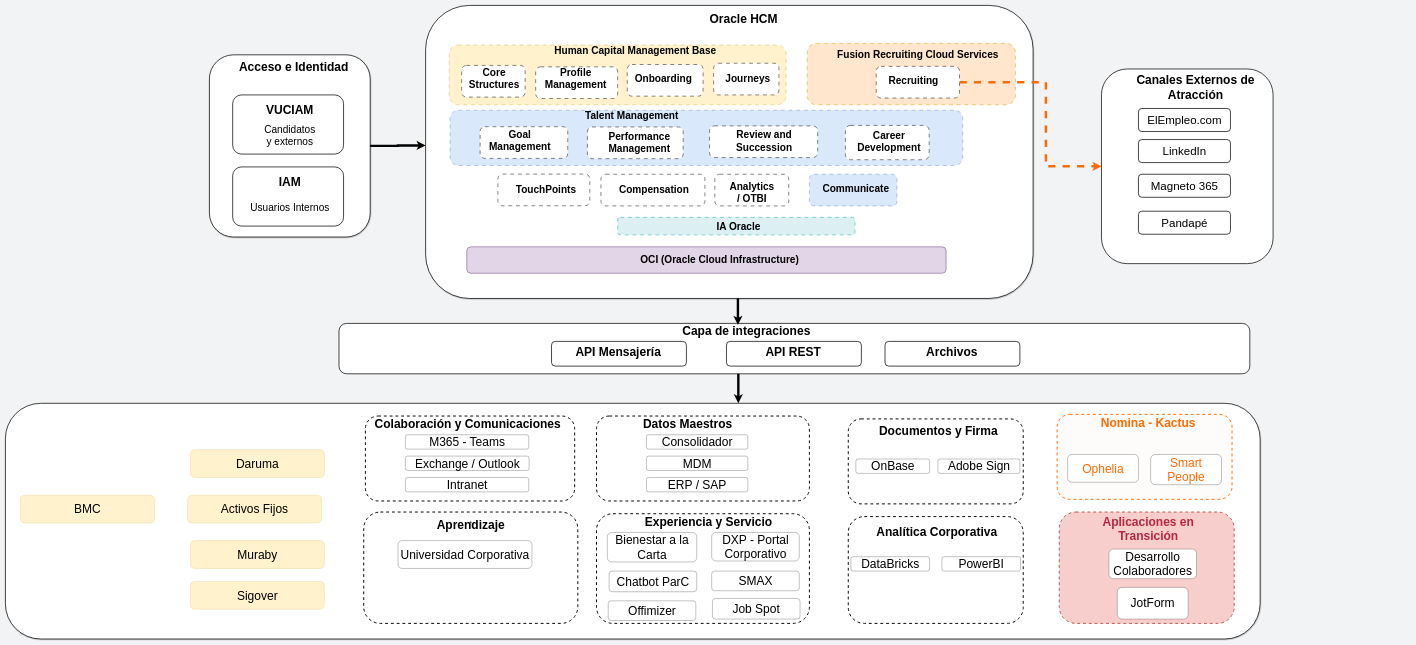
Above: page "Page-2" (2 of 2) of HCM.drawio in carlosvalderrama1204/diagrams (draw.io), before the change. Source tidied: cells renumbered, new cells numbered last; positions are measured from the earlier drawing's top-left corner, leaving out a move shared by most shapes. Both pictures are drawn from the tidied source at 24%, with x=0, y=0 at pixel (5, 5).
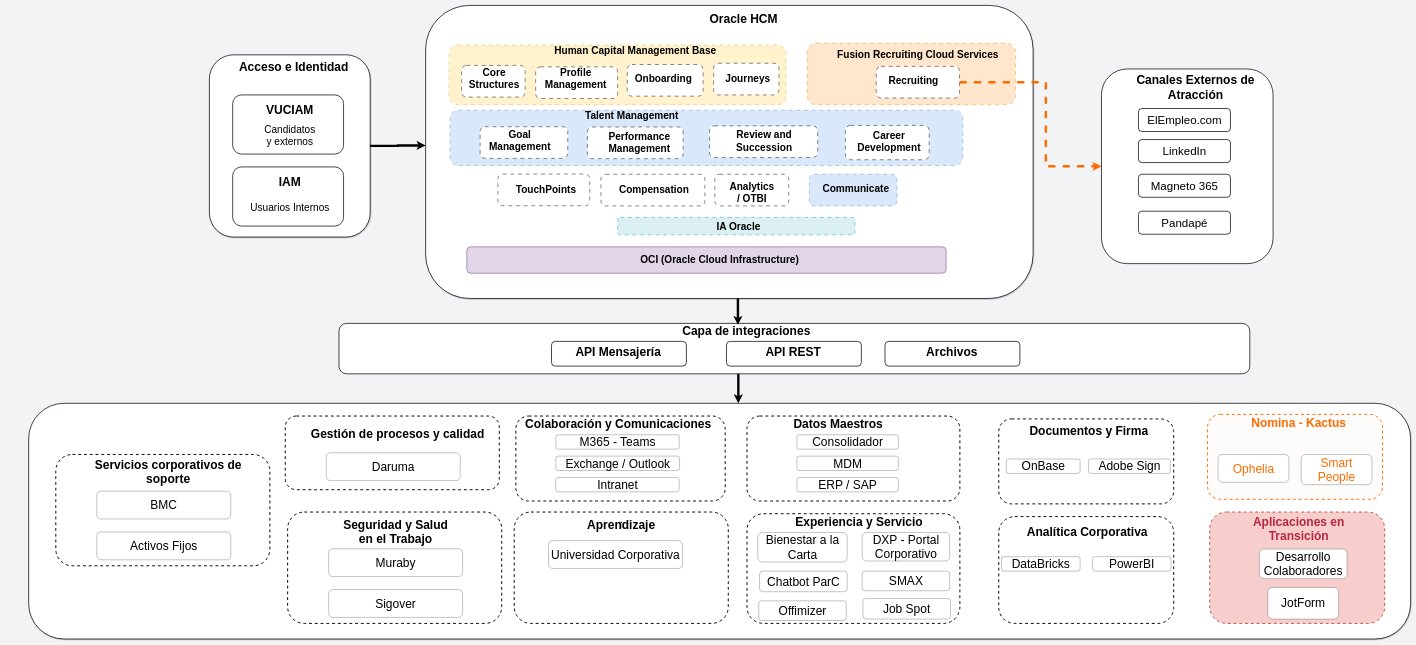
Above is the later version.

The edit, as a diff of the source:
```diff
@@
     <mxCell id="54" style="rounded=1;whiteSpace=wrap;html=1;fontSize=50;strokeWidth=3;shadow=1;" parent="1" vertex="1">
-      <mxGeometry y="1658" width="5228" height="982" as="geometry" />
+      <mxGeometry x="97" y="1658" width="5758" height="982" as="geometry" />
     </mxCell>
     <mxCell id="55" style="rounded=1;whiteSpace=wrap;html=1;fontSize=50;dashed=1;strokeWidth=4;" parent="1" vertex="1">
-      <mxGeometry x="1500" y="1711" width="872" height="354" as="geometry" />
+      <mxGeometry x="2127" y="1711" width="872" height="354" as="geometry" />
     </mxCell>
     <mxCell id="56" value="Colaboración y Comunicaciones" style="text;html=1;whiteSpace=wrap;strokeColor=none;fillColor=none;align=center;verticalAlign=middle;rounded=0;fontSize=50;fontStyle=1;" parent="1" vertex="1">
-      <mxGeometry x="1390" y="1730" width="1073" height="30" as="geometry" />
+      <mxGeometry x="2017" y="1730" width="1073" height="30" as="geometry" />
     </mxCell>
     <mxCell id="57" value="M365 - Teams" style="rounded=1;whiteSpace=wrap;html=1;fontSize=50;" parent="1" vertex="1">
-      <mxGeometry x="1666.5" y="1789" width="514" height="60" as="geometry" />
+      <mxGeometry x="2293.5" y="1789" width="514" height="60" as="geometry" />
     </mxCell>
     <mxCell id="58" value="Exchange / Outlook" style="rounded=1;whiteSpace=wrap;html=1;fontSize=50;" parent="1" vertex="1">
-      <mxGeometry x="1666.5" y="1878" width="515.5" height="60" as="geometry" />
+      <mxGeometry x="2293.5" y="1878" width="515.5" height="60" as="geometry" />
     </mxCell>
     <mxCell id="59" value="Intranet" style="rounded=1;whiteSpace=wrap;html=1;fontSize=50;" parent="1" vertex="1">
-      <mxGeometry x="1666.5" y="1967" width="514" height="60" as="geometry" />
+      <mxGeometry x="2293.5" y="1967" width="514" height="60" as="geometry" />
     </mxCell>
     <mxCell id="60" style="rounded=1;whiteSpace=wrap;html=1;fontSize=50;dashed=1;strokeWidth=4;" parent="1" vertex="1">
-      <mxGeometry x="1493" y="2111" width="892" height="464" as="geometry" />
+      <mxGeometry x="2120" y="2111" width="892" height="464" as="geometry" />
     </mxCell>
     <mxCell id="61" value="Aprendizaje" style="text;html=1;whiteSpace=wrap;strokeColor=none;fillColor=none;align=center;verticalAlign=middle;rounded=0;fontSize=50;fontStyle=1;" parent="1" vertex="1">
-      <mxGeometry x="1699" y="2149" width="480" height="30" as="geometry" />
+      <mxGeometry x="2326" y="2149" width="480" height="30" as="geometry" />
     </mxCell>
     <mxCell id="62" value="Universidad Corporativa" style="rounded=1;whiteSpace=wrap;html=1;fontSize=50;" parent="1" vertex="1">
-      <mxGeometry x="1636" y="2230" width="558" height="116" as="geometry" />
+      <mxGeometry x="2263" y="2230" width="558" height="116" as="geometry" />
     </mxCell>
     <mxCell id="63" style="rounded=1;whiteSpace=wrap;html=1;fontSize=50;dashed=1;strokeWidth=4;" parent="1" vertex="1">
-      <mxGeometry x="2463" y="1711" width="887" height="354" as="geometry" />
+      <mxGeometry x="3090" y="1711" width="887" height="354" as="geometry" />
     </mxCell>
     <mxCell id="64" value="Datos Maestros" style="text;html=1;whiteSpace=wrap;strokeColor=none;fillColor=none;align=center;verticalAlign=middle;rounded=0;fontSize=50;fontStyle=1;" parent="1" vertex="1">
-      <mxGeometry x="2603" y="1730" width="480" height="30" as="geometry" />
+      <mxGeometry x="3230" y="1730" width="480" height="30" as="geometry" />
     </mxCell>
     <mxCell id="65" value="Consolidador" style="rounded=1;whiteSpace=wrap;html=1;fontSize=50;" parent="1" vertex="1">
-      <mxGeometry x="2671" y="1789" width="422.5" height="60" as="geometry" />
+      <mxGeometry x="3298" y="1789" width="422.5" height="60" as="geometry" />
     </mxCell>
     <mxCell id="66" value="MDM" style="rounded=1;whiteSpace=wrap;html=1;fontSize=50;" parent="1" vertex="1">
-      <mxGeometry x="2671" y="1878" width="422.5" height="60" as="geometry" />
+      <mxGeometry x="3298" y="1878" width="422.5" height="60" as="geometry" />
     </mxCell>
     <mxCell id="67" value="ERP / SAP" style="rounded=1;whiteSpace=wrap;html=1;fontSize=50;" parent="1" vertex="1">
-      <mxGeometry x="2671" y="1967" width="422.5" height="60" as="geometry" />
+      <mxGeometry x="3298" y="1967" width="422.5" height="60" as="geometry" />
     </mxCell>
     <mxCell id="68" style="rounded=1;whiteSpace=wrap;html=1;fontSize=50;dashed=1;strokeWidth=4;" parent="1" vertex="1">
-      <mxGeometry x="2463" y="2118" width="887" height="457" as="geometry" />
+      <mxGeometry x="3090" y="2118" width="887" height="457" as="geometry" />
     </mxCell>
     <mxCell id="69" value="Experiencia y Servicio" style="text;html=1;whiteSpace=wrap;strokeColor=none;fillColor=none;align=center;verticalAlign=middle;rounded=0;fontSize=50;fontStyle=1;" parent="1" vertex="1">
-      <mxGeometry x="2603" y="2137" width="654" height="30" as="geometry" />
+      <mxGeometry x="3230" y="2137" width="654" height="30" as="geometry" />
     </mxCell>
     <mxCell id="70" value="Bienestar a la Carta" style="rounded=1;whiteSpace=wrap;html=1;fontSize=50;" parent="1" vertex="1">
-      <mxGeometry x="2508" y="2196" width="372.5" height="123" as="geometry" />
+      <mxGeometry x="3135" y="2196" width="372.5" height="123" as="geometry" />
     </mxCell>
     <mxCell id="71" value="DXP - Portal Corporativo" style="rounded=1;whiteSpace=wrap;html=1;fontSize=50;" parent="1" vertex="1">
-      <mxGeometry x="2942.8" y="2196" width="365" height="119" as="geometry" />
+      <mxGeometry x="3569.8" y="2196" width="365" height="119" as="geometry" />
     </mxCell>
     <mxCell id="72" value="Chatbot ParC" style="rounded=1;whiteSpace=wrap;html=1;fontSize=50;" parent="1" vertex="1">
-      <mxGeometry x="2515.5" y="2357" width="365" height="86" as="geometry" />
+      <mxGeometry x="3142.5" y="2357" width="365" height="86" as="geometry" />
     </mxCell>
     <mxCell id="73" value="SMAX" style="rounded=1;whiteSpace=wrap;html=1;fontSize=50;" parent="1" vertex="1">
-      <mxGeometry x="2942.8" y="2357" width="365" height="82" as="geometry" />
+      <mxGeometry x="3569.8" y="2357" width="365" height="82" as="geometry" />
     </mxCell>
     <mxCell id="74" style="rounded=1;whiteSpace=wrap;html=1;fontSize=50;dashed=1;strokeWidth=4;" parent="1" vertex="1">
-      <mxGeometry x="3512" y="1723" width="729" height="354" as="geometry" />
+      <mxGeometry x="4139" y="1723" width="729" height="354" as="geometry" />
     </mxCell>
     <mxCell id="75" value="Documentos y Firma" style="text;html=1;whiteSpace=wrap;strokeColor=none;fillColor=none;align=center;verticalAlign=middle;rounded=0;fontSize=50;fontStyle=1;" parent="1" vertex="1">
-      <mxGeometry x="3523" y="1758" width="729" height="30" as="geometry" />
+      <mxGeometry x="4150" y="1758" width="729" height="30" as="geometry" />
     </mxCell>
     <mxCell id="76" value="OnBase" style="rounded=1;whiteSpace=wrap;html=1;fontSize=50;" parent="1" vertex="1">
-      <mxGeometry x="3543.5" y="1890" width="307.5" height="60" as="geometry" />
+      <mxGeometry x="4170.5" y="1890" width="307.5" height="60" as="geometry" />
     </mxCell>
     <mxCell id="77" value="Adobe Sign" style="rounded=1;whiteSpace=wrap;html=1;fontSize=50;" parent="1" vertex="1">
-      <mxGeometry x="3885.5" y="1890" width="341.5" height="60" as="geometry" />
+      <mxGeometry x="4512.5" y="1890" width="341.5" height="60" as="geometry" />
     </mxCell>
     <mxCell id="78" style="rounded=1;whiteSpace=wrap;html=1;fontSize=50;dashed=1;strokeWidth=4;" parent="1" vertex="1">
-      <mxGeometry x="3512" y="2130" width="729" height="445" as="geometry" />
+      <mxGeometry x="4139" y="2130" width="729" height="445" as="geometry" />
     </mxCell>
     <mxCell id="79" value="Analítica Corporativa" style="text;html=1;whiteSpace=wrap;strokeColor=none;fillColor=none;align=center;verticalAlign=middle;rounded=0;fontSize=50;fontStyle=1;" parent="1" vertex="1">
-      <mxGeometry x="3530" y="2179" width="702" height="30" as="geometry" />
+      <mxGeometry x="4157" y="2179" width="702" height="30" as="geometry" />
     </mxCell>
     <mxCell id="80" value="DataBricks" style="rounded=1;whiteSpace=wrap;html=1;fontSize=50;" parent="1" vertex="1">
-      <mxGeometry x="3523" y="2297" width="328" height="60" as="geometry" />
+      <mxGeometry x="4150" y="2297" width="328" height="60" as="geometry" />
     </mxCell>
     <mxCell id="81" value="PowerBI" style="rounded=1;whiteSpace=wrap;html=1;fontSize=50;" parent="1" vertex="1">
-      <mxGeometry x="3902" y="2297" width="328" height="60" as="geometry" />
+      <mxGeometry x="4529" y="2297" width="328" height="60" as="geometry" />
     </mxCell>
     <mxCell id="82" style="rounded=1;whiteSpace=wrap;html=1;fontSize=50;dashed=1;strokeWidth=4;strokeColor=#FE6B00;fillColor=#FEFCFA;" parent="1" vertex="1">
-      <mxGeometry x="4382" y="1704" width="729" height="354" as="geometry" />
+      <mxGeometry x="5009" y="1704" width="729" height="354" as="geometry" />
     </mxCell>
     <mxCell id="83" value="Nomina - Kactus" style="text;html=1;whiteSpace=wrap;strokeColor=none;fillColor=none;align=center;verticalAlign=middle;rounded=0;fontSize=50;fontStyle=1;fontColor=#FE6B00;" parent="1" vertex="1">
-      <mxGeometry x="4522" y="1723" width="480" height="30" as="geometry" />
+      <mxGeometry x="5149" y="1723" width="480" height="30" as="geometry" />
     </mxCell>
     <mxCell id="84" value="Ophelia" style="rounded=1;whiteSpace=wrap;html=1;fontSize=50;fontColor=#FE6B00;" parent="1" vertex="1">
-      <mxGeometry x="4426" y="1871" width="295" height="116" as="geometry" />
+      <mxGeometry x="5053" y="1871" width="295" height="116" as="geometry" />
     </mxCell>
     <mxCell id="85" value="Smart People" style="rounded=1;whiteSpace=wrap;html=1;fontSize=50;fontColor=#FE6B00;" parent="1" vertex="1">
-      <mxGeometry x="4772" y="1871" width="295" height="126" as="geometry" />
+      <mxGeometry x="5399" y="1871" width="295" height="126" as="geometry" />
     </mxCell>
     <mxCell id="86" style="rounded=1;whiteSpace=wrap;html=1;fontSize=50;strokeWidth=4;fillColor=#f8cecc;strokeColor=#b85450;dashed=1;" parent="1" vertex="1">
-      <mxGeometry x="4391" y="2111" width="729" height="464" as="geometry" />
+      <mxGeometry x="5018" y="2111" width="729" height="464" as="geometry" />
     </mxCell>
     <mxCell id="87" value="Aplicaciones en Transición" style="text;html=1;whiteSpace=wrap;strokeColor=none;fillColor=none;align=center;verticalAlign=middle;rounded=0;fontSize=50;fontStyle=1;fontColor=#B62643;" parent="1" vertex="1">
-      <mxGeometry x="4522" y="2166" width="480" height="30" as="geometry" />
+      <mxGeometry x="5149" y="2166" width="480" height="30" as="geometry" />
     </mxCell>
     <mxCell id="88" value="Job Spot" style="rounded=1;whiteSpace=wrap;html=1;fontSize=50;" parent="1" vertex="1">
-      <mxGeometry x="2946" y="2471" width="365" height="86" as="geometry" />
+      <mxGeometry x="3573" y="2471" width="365" height="86" as="geometry" />
     </mxCell>
     <mxCell id="89" value="Desarrollo Colaboradores" style="rounded=1;whiteSpace=wrap;html=1;fontSize=50;" parent="1" vertex="1">
-      <mxGeometry x="4598" y="2265.5" width="365" height="123" as="geometry" />
+      <mxGeometry x="5225" y="2265.5" width="365" height="123" as="geometry" />
     </mxCell>
@@
     <mxCell id="96" value="Offimizer" style="rounded=1;whiteSpace=wrap;html=1;fontSize=50;" parent="1" vertex="1">
-      <mxGeometry x="2511.8" y="2481" width="365" height="82" as="geometry" />
+      <mxGeometry x="3138.8" y="2481" width="365" height="82" as="geometry" />
     </mxCell>
@@
     <mxCell id="98" value="JotForm" style="rounded=1;whiteSpace=wrap;html=1;fontSize=50;" parent="1" vertex="1">
-      <mxGeometry x="4633" y="2425" width="295" height="132" as="geometry" />
+      <mxGeometry x="5260" y="2425" width="295" height="132" as="geometry" />
     </mxCell>
@@
-    <mxCell id="105" value="Daruma" style="rounded=1;whiteSpace=wrap;html=1;fontSize=50;fillColor=#fff2cc;strokeColor=#d6b656;" parent="1" vertex="1">
-      <mxGeometry x="771" y="1851" width="558" height="116" as="geometry" />
-    </mxCell>
+    <mxCell id="110" style="rounded=1;whiteSpace=wrap;html=1;fontSize=50;dashed=1;strokeWidth=4;" parent="1" vertex="1">
+      <mxGeometry x="1176" y="2111" width="892" height="464" as="geometry" />
+    </mxCell>
+    <mxCell id="111" value="Seguridad y Salud en el Trabajo" style="text;html=1;whiteSpace=wrap;strokeColor=none;fillColor=none;align=center;verticalAlign=middle;rounded=0;fontSize=50;fontStyle=1;" parent="1" vertex="1">
+      <mxGeometry x="1386" y="2178" width="480" height="30" as="geometry" />
+    </mxCell>
-    <mxCell id="106" value="Muraby" style="rounded=1;whiteSpace=wrap;html=1;fontSize=50;fillColor=#fff2cc;strokeColor=#d6b656;" parent="1" vertex="1">
-      <mxGeometry x="771" y="2230" width="558" height="116" as="geometry" />
+    <mxCell id="106" value="Muraby" style="rounded=1;whiteSpace=wrap;html=1;fontSize=50;" parent="1" vertex="1">
+      <mxGeometry x="1347" y="2264" width="558" height="116" as="geometry" />
     </mxCell>
-    <mxCell id="107" value="Sigover" style="rounded=1;whiteSpace=wrap;html=1;fontSize=50;fillColor=#fff2cc;strokeColor=#d6b656;" parent="1" vertex="1">
-      <mxGeometry x="771" y="2400" width="558" height="116" as="geometry" />
+    <mxCell id="107" value="Sigover" style="rounded=1;whiteSpace=wrap;html=1;fontSize=50;" parent="1" vertex="1">
+      <mxGeometry x="1347" y="2434" width="558" height="116" as="geometry" />
     </mxCell>
+    <mxCell id="112" style="rounded=1;whiteSpace=wrap;html=1;fontSize=50;dashed=1;strokeWidth=4;" parent="1" vertex="1">
+      <mxGeometry x="210" y="1871" width="892" height="464" as="geometry" />
+    </mxCell>
+    <mxCell id="113" value="Servicios corporativos de soporte" style="text;html=1;whiteSpace=wrap;strokeColor=none;fillColor=none;align=center;verticalAlign=middle;rounded=0;fontSize=50;fontStyle=1;" parent="1" vertex="1">
+      <mxGeometry x="297" y="1929" width="763" height="30" as="geometry" />
+    </mxCell>
+    <mxCell id="109" value="BMC " style="rounded=1;whiteSpace=wrap;html=1;fontSize=50;" parent="1" vertex="1">
+      <mxGeometry x="381" y="2024" width="558" height="116" as="geometry" />
+    </mxCell>
-    <mxCell id="108" value="Activos Fijos" style="rounded=1;whiteSpace=wrap;html=1;fontSize=50;fillColor=#fff2cc;strokeColor=#d6b656;" parent="1" vertex="1">
-      <mxGeometry x="759" y="2041" width="558" height="116" as="geometry" />
+    <mxCell id="108" value="Activos Fijos" style="rounded=1;whiteSpace=wrap;html=1;fontSize=50;" parent="1" vertex="1">
+      <mxGeometry x="381" y="2194" width="558" height="116" as="geometry" />
     </mxCell>
-    <mxCell id="109" value="BMC" style="rounded=1;whiteSpace=wrap;html=1;fontSize=50;fillColor=#fff2cc;strokeColor=#d6b656;" parent="1" vertex="1">
-      <mxGeometry x="63" y="2041" width="558" height="116" as="geometry" />
-    </mxCell>
+    <mxCell id="114" style="rounded=1;whiteSpace=wrap;html=1;fontSize=50;dashed=1;strokeWidth=4;" parent="1" vertex="1">
+      <mxGeometry x="1166" y="1711" width="892" height="307" as="geometry" />
+    </mxCell>
+    <mxCell id="115" value="Gestión de procesos y calidad" style="text;html=1;whiteSpace=wrap;strokeColor=none;fillColor=none;align=center;verticalAlign=middle;rounded=0;fontSize=50;fontStyle=1;" parent="1" vertex="1">
+      <mxGeometry x="1253" y="1769" width="763" height="30" as="geometry" />
+    </mxCell>
+    <mxCell id="105" value="Daruma" style="rounded=1;whiteSpace=wrap;html=1;fontSize=50;" parent="1" vertex="1">
+      <mxGeometry x="1337" y="1864" width="558" height="116" as="geometry" />
+    </mxCell>
```
